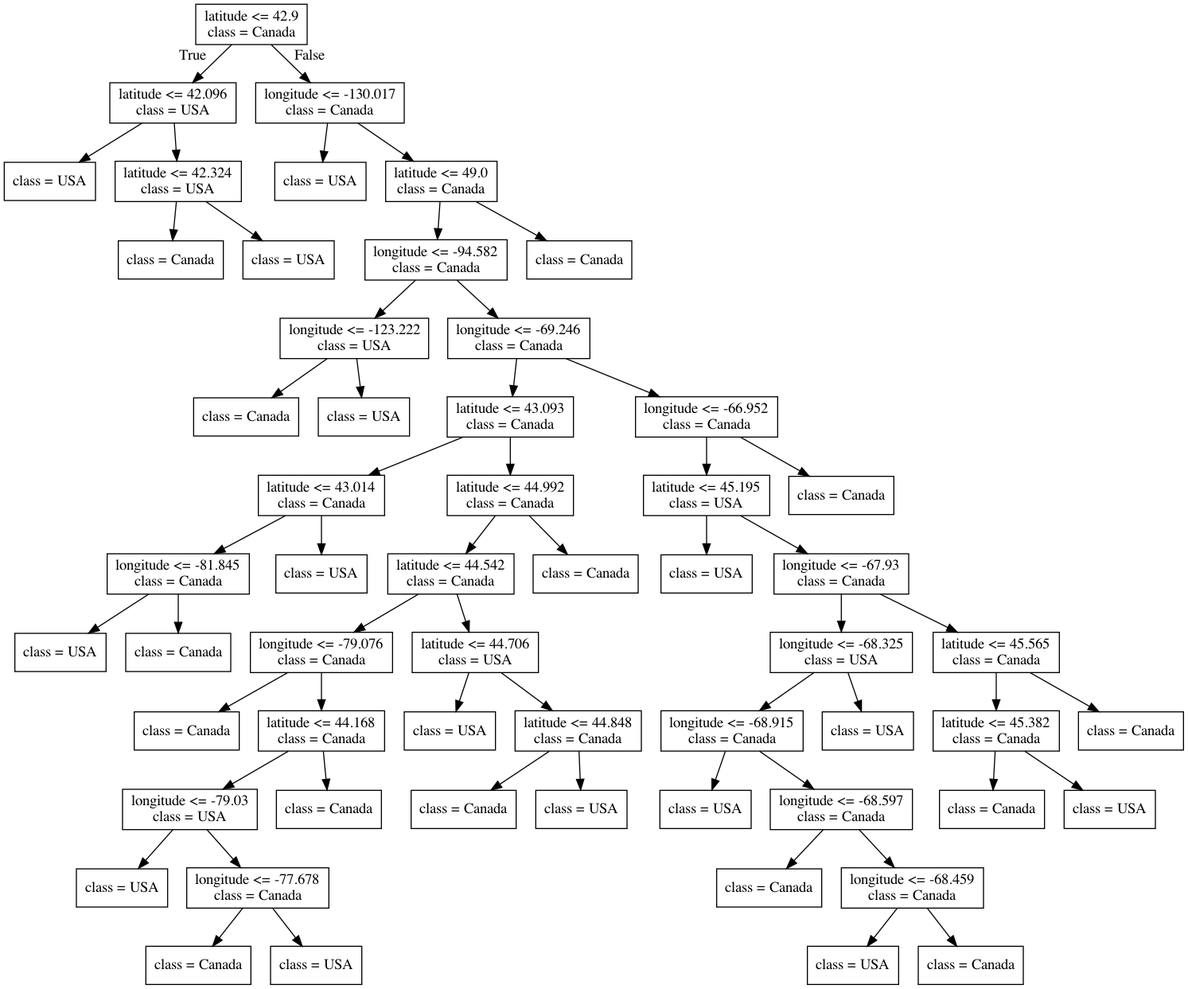
Above: lectures/Source.gv.png in bait509-ubc/BAIT509 (Graphviz), before the change. Its source is kept beside it as lectures/Source.gv.
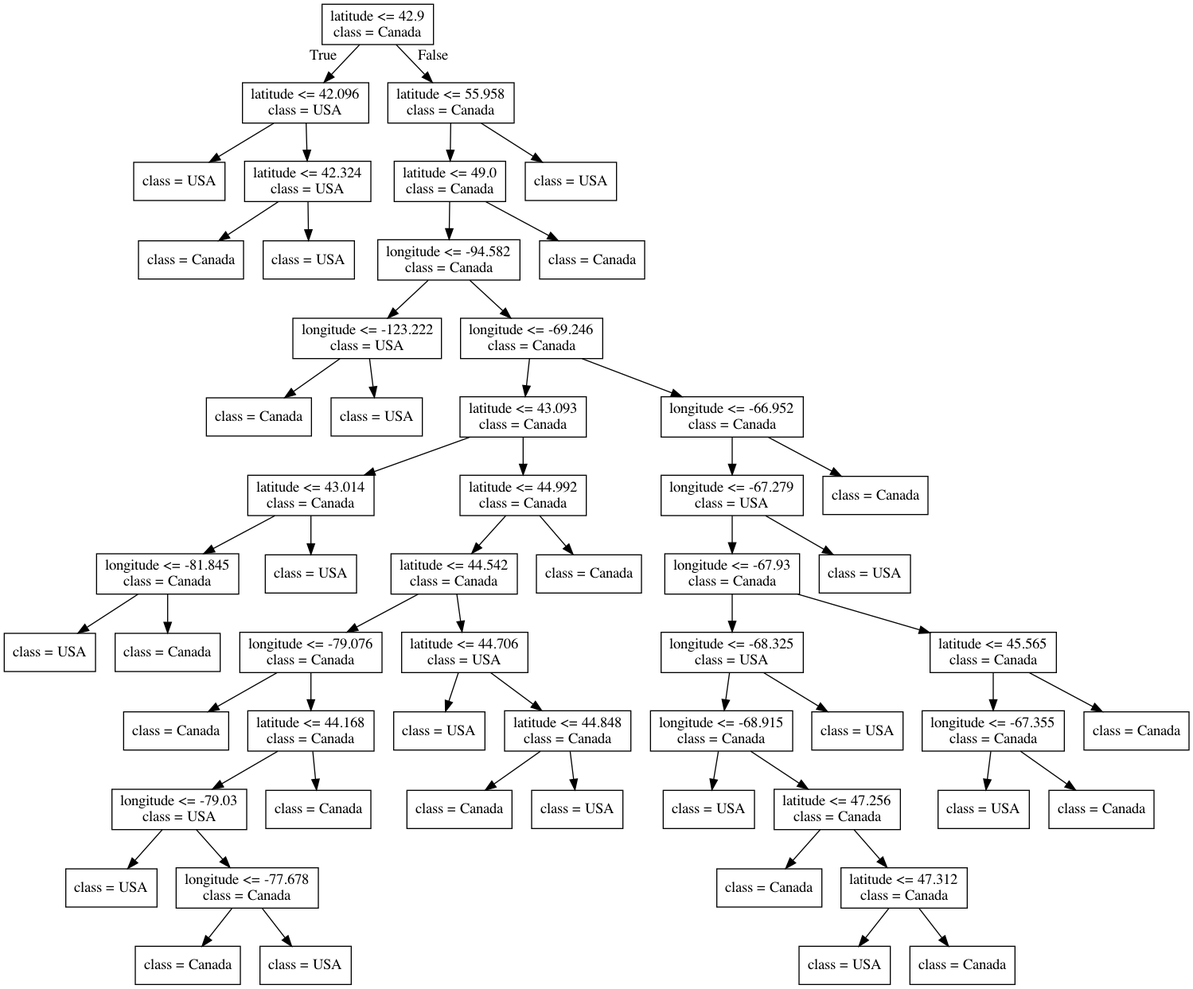
Later version of the same file.

Diff of the diagram source:
```diff
@@ -11,106 +11,106 @@
 3 -> 4 ;
 5 [label="class = USA"] ;
 3 -> 5 ;
-6 [label="longitude <= -130.017\nclass = Canada"] ;
+6 [label="latitude <= 55.958\nclass = Canada"] ;
 0 -> 6 [labeldistance=2.5, labelangle=-45, headlabel="False"] ;
-7 [label="class = USA"] ;
+7 [label="latitude <= 49.0\nclass = Canada"] ;
 6 -> 7 ;
-8 [label="latitude <= 49.0\nclass = Canada"] ;
-6 -> 8 ;
-9 [label="longitude <= -94.582\nclass = Canada"] ;
+8 [label="longitude <= -94.582\nclass = Canada"] ;
+7 -> 8 ;
+9 [label="longitude <= -123.222\nclass = USA"] ;
 8 -> 9 ;
-10 [label="longitude <= -123.222\nclass = USA"] ;
+10 [label="class = Canada"] ;
 9 -> 10 ;
-11 [label="class = Canada"] ;
-10 -> 11 ;
-12 [label="class = USA"] ;
-10 -> 12 ;
-13 [label="longitude <= -69.246\nclass = Canada"] ;
-9 -> 13 ;
-14 [label="latitude <= 43.093\nclass = Canada"] ;
+11 [label="class = USA"] ;
+9 -> 11 ;
+12 [label="longitude <= -69.246\nclass = Canada"] ;
+8 -> 12 ;
+13 [label="latitude <= 43.093\nclass = Canada"] ;
+12 -> 13 ;
+14 [label="latitude <= 43.014\nclass = Canada"] ;
 13 -> 14 ;
-15 [label="latitude <= 43.014\nclass = Canada"] ;
+15 [label="longitude <= -81.845\nclass = Canada"] ;
 14 -> 15 ;
-16 [label="longitude <= -81.845\nclass = Canada"] ;
+16 [label="class = USA"] ;
 15 -> 16 ;
-17 [label="class = USA"] ;
-16 -> 17 ;
-18 [label="class = Canada"] ;
-16 -> 18 ;
-19 [label="class = USA"] ;
-15 -> 19 ;
-20 [label="latitude <= 44.992\nclass = Canada"] ;
-14 -> 20 ;
-21 [label="latitude <= 44.542\nclass = Canada"] ;
+17 [label="class = Canada"] ;
+15 -> 17 ;
+18 [label="class = USA"] ;
+14 -> 18 ;
+19 [label="latitude <= 44.992\nclass = Canada"] ;
+13 -> 19 ;
+20 [label="latitude <= 44.542\nclass = Canada"] ;
+19 -> 20 ;
+21 [label="longitude <= -79.076\nclass = Canada"] ;
 20 -> 21 ;
-22 [label="longitude <= -79.076\nclass = Canada"] ;
+22 [label="class = Canada"] ;
 21 -> 22 ;
-23 [label="class = Canada"] ;
-22 -> 23 ;
-24 [label="latitude <= 44.168\nclass = Canada"] ;
-22 -> 24 ;
-25 [label="longitude <= -79.03\nclass = USA"] ;
+23 [label="latitude <= 44.168\nclass = Canada"] ;
+21 -> 23 ;
+24 [label="longitude <= -79.03\nclass = USA"] ;
+23 -> 24 ;
+25 [label="class = USA"] ;
 24 -> 25 ;
-26 [label="class = USA"] ;
-25 -> 26 ;
-27 [label="longitude <= -77.678\nclass = Canada"] ;
-25 -> 27 ;
-28 [label="class = Canada"] ;
-27 -> 28 ;
-29 [label="class = USA"] ;
-27 -> 29 ;
-30 [label="class = Canada"] ;
-24 -> 30 ;
-31 [label="latitude <= 44.706\nclass = USA"] ;
-21 -> 31 ;
-32 [label="class = USA"] ;
-31 -> 32 ;
-33 [label="latitude <= 44.848\nclass = Canada"] ;
-31 -> 33 ;
-34 [label="class = Canada"] ;
-33 -> 34 ;
-35 [label="class = USA"] ;
-33 -> 35 ;
-36 [label="class = Canada"] ;
-20 -> 36 ;
-37 [label="longitude <= -66.952\nclass = Canada"] ;
-13 -> 37 ;
-38 [label="latitude <= 45.195\nclass = USA"] ;
+26 [label="longitude <= -77.678\nclass = Canada"] ;
+24 -> 26 ;
+27 [label="class = Canada"] ;
+26 -> 27 ;
+28 [label="class = USA"] ;
+26 -> 28 ;
+29 [label="class = Canada"] ;
+23 -> 29 ;
+30 [label="latitude <= 44.706\nclass = USA"] ;
+20 -> 30 ;
+31 [label="class = USA"] ;
+30 -> 31 ;
+32 [label="latitude <= 44.848\nclass = Canada"] ;
+30 -> 32 ;
+33 [label="class = Canada"] ;
+32 -> 33 ;
+34 [label="class = USA"] ;
+32 -> 34 ;
+35 [label="class = Canada"] ;
+19 -> 35 ;
+36 [label="longitude <= -66.952\nclass = Canada"] ;
+12 -> 36 ;
+37 [label="longitude <= -67.279\nclass = USA"] ;
+36 -> 37 ;
+38 [label="longitude <= -67.93\nclass = Canada"] ;
 37 -> 38 ;
-39 [label="class = USA"] ;
+39 [label="longitude <= -68.325\nclass = USA"] ;
 38 -> 39 ;
-40 [label="longitude <= -67.93\nclass = Canada"] ;
-38 -> 40 ;
-41 [label="longitude <= -68.325\nclass = USA"] ;
+40 [label="longitude <= -68.915\nclass = Canada"] ;
+39 -> 40 ;
+41 [label="class = USA"] ;
 40 -> 41 ;
-42 [label="longitude <= -68.915\nclass = Canada"] ;
-41 -> 42 ;
-43 [label="class = USA"] ;
+42 [label="latitude <= 47.256\nclass = Canada"] ;
+40 -> 42 ;
+43 [label="class = Canada"] ;
 42 -> 43 ;
-44 [label="longitude <= -68.597\nclass = Canada"] ;
+44 [label="latitude <= 47.312\nclass = Canada"] ;
 42 -> 44 ;
-45 [label="class = Canada"] ;
+45 [label="class = USA"] ;
 44 -> 45 ;
-46 [label="longitude <= -68.459\nclass = Canada"] ;
+46 [label="class = Canada"] ;
 44 -> 46 ;
 47 [label="class = USA"] ;
-46 -> 47 ;
-48 [label="class = Canada"] ;
-46 -> 48 ;
-49 [label="class = USA"] ;
-41 -> 49 ;
-50 [label="latitude <= 45.565\nclass = Canada"] ;
-40 -> 50 ;
-51 [label="latitude <= 45.382\nclass = Canada"] ;
-50 -> 51 ;
+39 -> 47 ;
+48 [label="latitude <= 45.565\nclass = Canada"] ;
+38 -> 48 ;
+49 [label="longitude <= -67.355\nclass = Canada"] ;
+48 -> 49 ;
+50 [label="class = USA"] ;
+49 -> 50 ;
+51 [label="class = Canada"] ;
+49 -> 51 ;
 52 [label="class = Canada"] ;
-51 -> 52 ;
+48 -> 52 ;
 53 [label="class = USA"] ;
-51 -> 53 ;
+37 -> 53 ;
 54 [label="class = Canada"] ;
-50 -> 54 ;
+36 -> 54 ;
 55 [label="class = Canada"] ;
-37 -> 55 ;
-56 [label="class = Canada"] ;
-8 -> 56 ;
+7 -> 55 ;
+56 [label="class = USA"] ;
+6 -> 56 ;
 }
```
